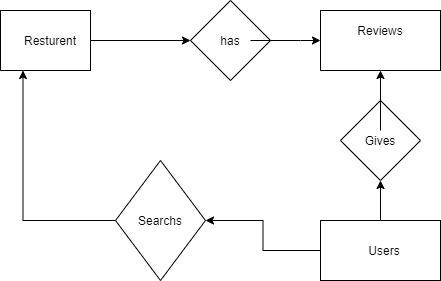
The draw.io diagram Resturent.png in gamingadi/Practice, before a commit. Source tidied: cells renumbered, new cells last; positions are measured from the earlier drawing's top-left corner, leaving out a move shared by most shapes.
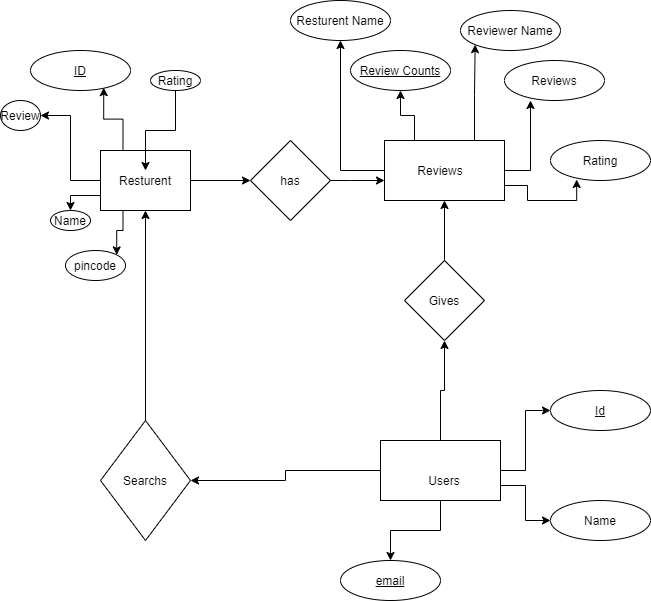
After the commit.

What changed in the source:
```diff
@@ -5,63 +5,145 @@
     <mxCell id="2" style="edgeStyle=orthogonalEdgeStyle;rounded=0;jettySize=auto;html=1;entryX=0;entryY=0.5;entryDx=0;entryDy=0;" parent="1" edge="1" source="3" target="5">
       <mxGeometry relative="1" as="geometry" />
     </mxCell>
+    <mxCell id="20" style="edgeStyle=orthogonalEdgeStyle;rounded=0;jettySize=auto;html=1;entryX=1;entryY=0.5;entryDx=0;entryDy=0;" parent="1" edge="1" source="3" target="34">
+      <mxGeometry relative="1" as="geometry" />
+    </mxCell>
+    <mxCell id="21" style="edgeStyle=orthogonalEdgeStyle;rounded=0;jettySize=auto;html=1;exitX=0.25;exitY=0;exitDx=0;exitDy=0;entryX=1;entryY=1;entryDx=0;entryDy=0;" parent="1" edge="1" source="3">
+      <mxGeometry relative="1" as="geometry">
+        <mxPoint x="43.2" y="-142.8" as="targetPoint" />
+      </mxGeometry>
+    </mxCell>
+    <mxCell id="22" style="edgeStyle=orthogonalEdgeStyle;rounded=0;jettySize=auto;html=1;exitX=0.25;exitY=1;exitDx=0;exitDy=0;entryX=1;entryY=0;entryDx=0;entryDy=0;" parent="1" edge="1" source="3" target="37">
+      <mxGeometry relative="1" as="geometry" />
+    </mxCell>
+    <mxCell id="23" style="edgeStyle=orthogonalEdgeStyle;rounded=0;jettySize=auto;html=1;exitX=0;exitY=0.75;exitDx=0;exitDy=0;entryX=0.5;entryY=0;entryDx=0;entryDy=0;" parent="1" edge="1" source="3" target="33">
+      <mxGeometry relative="1" as="geometry" />
+    </mxCell>
     <mxCell id="3" style="rounded=0;whiteSpace=wrap;html=1;" parent="1" vertex="1">
-      <mxGeometry y="10" width="90" height="60" as="geometry" />
+      <mxGeometry x="40" y="-80" width="90" height="60" as="geometry" />
     </mxCell>
     <mxCell id="4" value="Resturent" style="text;html=1;strokeColor=none;fillColor=none;align=center;verticalAlign=middle;whiteSpace=wrap;rounded=0;" parent="1" vertex="1">
-      <mxGeometry x="30" y="30" width="40" height="20" as="geometry" />
+      <mxGeometry x="65" y="-60" width="40" height="20" as="geometry" />
     </mxCell>
     <mxCell id="5" style="rhombus;whiteSpace=wrap;html=1;" parent="1" vertex="1">
-      <mxGeometry x="190" width="80" height="80" as="geometry" />
+      <mxGeometry x="190" y="-90" width="80" height="80" as="geometry" />
     </mxCell>
-    <mxCell id="6" style="edgeStyle=orthogonalEdgeStyle;rounded=0;jettySize=auto;html=1;" parent="1" edge="1" source="7" target="8">
+    <mxCell id="6" style="edgeStyle=orthogonalEdgeStyle;rounded=0;jettySize=auto;html=1;exitX=1;exitY=0.5;exitDx=0;exitDy=0;" parent="1" edge="1" source="5" target="8">
       <mxGeometry relative="1" as="geometry">
         <Array as="points">
-          <mxPoint x="300" y="40" />
-          <mxPoint x="300" y="40" />
+          <mxPoint x="290" y="-50" />
+          <mxPoint x="290" y="-50" />
         </Array>
       </mxGeometry>
     </mxCell>
     <mxCell id="7" value="has" style="text;html=1;strokeColor=none;fillColor=none;align=center;verticalAlign=middle;whiteSpace=wrap;rounded=0;" parent="1" vertex="1">
-      <mxGeometry x="210" y="30" width="40" height="20" as="geometry" />
+      <mxGeometry x="210" y="-60" width="40" height="20" as="geometry" />
     </mxCell>
+    <mxCell id="24" style="edgeStyle=orthogonalEdgeStyle;rounded=0;jettySize=auto;html=1;entryX=0.5;entryY=1;entryDx=0;entryDy=0;" parent="1" edge="1" source="8" target="38">
+      <mxGeometry relative="1" as="geometry">
+        <Array as="points">
+          <mxPoint x="280" y="-60" />
+        </Array>
+      </mxGeometry>
+    </mxCell>
+    <mxCell id="25" style="edgeStyle=orthogonalEdgeStyle;rounded=0;jettySize=auto;html=1;exitX=1;exitY=0.5;exitDx=0;exitDy=0;entryX=0.26;entryY=1;entryDx=0;entryDy=0;entryPerimeter=0;" parent="1" edge="1" source="8" target="40">
+      <mxGeometry relative="1" as="geometry" />
+    </mxCell>
+    <mxCell id="26" style="edgeStyle=orthogonalEdgeStyle;rounded=0;jettySize=auto;html=1;exitX=1;exitY=0.75;exitDx=0;exitDy=0;entryX=0.262;entryY=0.975;entryDx=0;entryDy=0;entryPerimeter=0;" parent="1" edge="1" source="8" target="41">
+      <mxGeometry relative="1" as="geometry" />
+    </mxCell>
+    <mxCell id="27" style="edgeStyle=orthogonalEdgeStyle;rounded=0;jettySize=auto;html=1;exitX=0.75;exitY=0;exitDx=0;exitDy=0;entryX=0;entryY=1;entryDx=0;entryDy=0;" parent="1" edge="1" source="8" target="39">
+      <mxGeometry relative="1" as="geometry" />
+    </mxCell>
+    <mxCell id="28" style="edgeStyle=orthogonalEdgeStyle;rounded=0;jettySize=auto;html=1;exitX=0.25;exitY=0;exitDx=0;exitDy=0;entryX=0.5;entryY=1;entryDx=0;entryDy=0;" parent="1" edge="1" source="8" target="42">
+      <mxGeometry relative="1" as="geometry" />
+    </mxCell>
     <mxCell id="8" style="rounded=0;whiteSpace=wrap;html=1;" parent="1" vertex="1">
-      <mxGeometry x="320" y="10" width="120" height="60" as="geometry" />
+      <mxGeometry x="324" y="-90" width="120" height="60" as="geometry" />
     </mxCell>
     <mxCell id="9" value="Reviews&lt;br&gt;" style="text;html=1;strokeColor=none;fillColor=none;align=center;verticalAlign=middle;whiteSpace=wrap;rounded=0;" parent="1" vertex="1">
-      <mxGeometry x="360" y="20" width="40" height="20" as="geometry" />
+      <mxGeometry x="360" y="-70" width="40" height="20" as="geometry" />
     </mxCell>
     <mxCell id="10" style="edgeStyle=orthogonalEdgeStyle;rounded=0;jettySize=auto;html=1;entryX=1;entryY=0.5;entryDx=0;entryDy=0;" parent="1" edge="1" source="12" target="18">
       <mxGeometry relative="1" as="geometry" />
     </mxCell>
-    <mxCell id="11" style="edgeStyle=orthogonalEdgeStyle;rounded=0;jettySize=auto;html=1;entryX=0.5;entryY=1;entryDx=0;entryDy=0;" parent="1" edge="1" source="12" target="14">
+    <mxCell id="11" style="edgeStyle=orthogonalEdgeStyle;rounded=0;jettySize=auto;html=1;" parent="1" edge="1" source="12" target="14">
       <mxGeometry relative="1" as="geometry" />
     </mxCell>
+    <mxCell id="29" style="edgeStyle=orthogonalEdgeStyle;rounded=0;jettySize=auto;html=1;exitX=1;exitY=0.5;exitDx=0;exitDy=0;entryX=0;entryY=0.5;entryDx=0;entryDy=0;" parent="1" edge="1" source="12" target="44">
+      <mxGeometry relative="1" as="geometry" />
+    </mxCell>
+    <mxCell id="30" style="edgeStyle=orthogonalEdgeStyle;rounded=0;jettySize=auto;html=1;exitX=1;exitY=0.75;exitDx=0;exitDy=0;entryX=0;entryY=0.5;entryDx=0;entryDy=0;" parent="1" edge="1" source="12" target="45">
+      <mxGeometry relative="1" as="geometry" />
+    </mxCell>
+    <mxCell id="31" style="edgeStyle=orthogonalEdgeStyle;rounded=0;jettySize=auto;html=1;entryX=0.5;entryY=0;entryDx=0;entryDy=0;" parent="1" edge="1" source="12" target="46">
+      <mxGeometry relative="1" as="geometry" />
+    </mxCell>
     <mxCell id="12" style="rounded=0;whiteSpace=wrap;html=1;" parent="1" vertex="1">
-      <mxGeometry x="320" y="220" width="120" height="60" as="geometry" />
+      <mxGeometry x="320" y="210" width="120" height="60" as="geometry" />
     </mxCell>
     <mxCell id="13" value="Users" style="text;html=1;strokeColor=none;fillColor=none;align=center;verticalAlign=middle;whiteSpace=wrap;rounded=0;" parent="1" vertex="1">
       <mxGeometry x="364" y="240" width="40" height="20" as="geometry" />
     </mxCell>
+    <mxCell id="32" style="edgeStyle=orthogonalEdgeStyle;rounded=0;jettySize=auto;html=1;entryX=0.5;entryY=1;entryDx=0;entryDy=0;" parent="1" edge="1" source="14" target="8">
+      <mxGeometry relative="1" as="geometry" />
+    </mxCell>
     <mxCell id="14" style="rhombus;whiteSpace=wrap;html=1;" parent="1" vertex="1">
-      <mxGeometry x="340" y="100" width="80" height="80" as="geometry" />
+      <mxGeometry x="344" y="30" width="80" height="80" as="geometry" />
     </mxCell>
-    <mxCell id="15" style="edgeStyle=orthogonalEdgeStyle;rounded=0;jettySize=auto;html=1;" parent="1" edge="1" source="16">
-      <mxGeometry relative="1" as="geometry">
-        <mxPoint x="380" y="70" as="targetPoint" />
-      </mxGeometry>
-    </mxCell>
     <mxCell id="16" value="Gives&lt;br&gt;" style="text;html=1;strokeColor=none;fillColor=none;align=center;verticalAlign=middle;whiteSpace=wrap;rounded=0;" parent="1" vertex="1">
-      <mxGeometry x="360" y="130" width="40" height="20" as="geometry" />
+      <mxGeometry x="364" y="60" width="40" height="20" as="geometry" />
     </mxCell>
-    <mxCell id="17" style="edgeStyle=orthogonalEdgeStyle;rounded=0;jettySize=auto;html=1;entryX=0.25;entryY=1;entryDx=0;entryDy=0;" parent="1" edge="1" source="18" target="3">
+    <mxCell id="17" style="edgeStyle=orthogonalEdgeStyle;rounded=0;jettySize=auto;html=1;entryX=0.5;entryY=1;entryDx=0;entryDy=0;" parent="1" edge="1" source="18" target="3">
       <mxGeometry relative="1" as="geometry" />
     </mxCell>
     <mxCell id="18" style="rhombus;whiteSpace=wrap;html=1;" parent="1" vertex="1">
-      <mxGeometry x="115" y="160" width="90" height="120" as="geometry" />
+      <mxGeometry x="40" y="190" width="90" height="120" as="geometry" />
     </mxCell>
     <mxCell id="19" value="Searchs&lt;br&gt;" style="text;html=1;strokeColor=none;fillColor=none;align=center;verticalAlign=middle;whiteSpace=wrap;rounded=0;" parent="1" vertex="1">
-      <mxGeometry x="140" y="210" width="40" height="20" as="geometry" />
+      <mxGeometry x="65" y="240" width="40" height="20" as="geometry" />
     </mxCell>
+    <mxCell id="33" value="Name" style="ellipse;whiteSpace=wrap;html=1;align=center;" parent="1" vertex="1">
+      <mxGeometry x="-10" y="-20" width="40" height="20" as="geometry" />
+    </mxCell>
+    <mxCell id="34" value="Review" style="ellipse;whiteSpace=wrap;html=1;align=center;" parent="1" vertex="1">
+      <mxGeometry x="-60" y="-130" width="40" height="30" as="geometry" />
+    </mxCell>
+    <mxCell id="35" style="edgeStyle=orthogonalEdgeStyle;rounded=0;jettySize=auto;html=1;" parent="1" edge="1" source="36" target="4">
+      <mxGeometry relative="1" as="geometry" />
+    </mxCell>
+    <mxCell id="36" value="Rating" style="ellipse;whiteSpace=wrap;html=1;align=center;" parent="1" vertex="1">
+      <mxGeometry x="90" y="-160" width="50" height="20" as="geometry" />
+    </mxCell>
+    <mxCell id="37" value="pincode" style="ellipse;whiteSpace=wrap;html=1;align=center;" parent="1" vertex="1">
+      <mxGeometry x="5" y="20" width="60" height="30" as="geometry" />
+    </mxCell>
+    <mxCell id="38" value="Resturent Name" style="ellipse;whiteSpace=wrap;html=1;align=center;" parent="1" vertex="1">
+      <mxGeometry x="230" y="-230" width="100" height="40" as="geometry" />
+    </mxCell>
+    <mxCell id="39" value="Reviewer Name" style="ellipse;whiteSpace=wrap;html=1;align=center;" parent="1" vertex="1">
+      <mxGeometry x="400" y="-220" width="100" height="40" as="geometry" />
+    </mxCell>
+    <mxCell id="40" value="Reviews" style="ellipse;whiteSpace=wrap;html=1;align=center;" parent="1" vertex="1">
+      <mxGeometry x="444" y="-170" width="100" height="40" as="geometry" />
+    </mxCell>
+    <mxCell id="41" value="Rating" style="ellipse;whiteSpace=wrap;html=1;align=center;" parent="1" vertex="1">
+      <mxGeometry x="490" y="-90" width="100" height="40" as="geometry" />
+    </mxCell>
+    <mxCell id="42" value="Review Counts" style="ellipse;whiteSpace=wrap;html=1;align=center;fontStyle=4;" parent="1" vertex="1">
+      <mxGeometry x="290" y="-180" width="100" height="40" as="geometry" />
+    </mxCell>
+    <mxCell id="43" value="ID" style="ellipse;whiteSpace=wrap;html=1;align=center;fontStyle=4;" parent="1" vertex="1">
+      <mxGeometry x="-30" y="-180" width="100" height="40" as="geometry" />
+    </mxCell>
+    <mxCell id="44" value="Id" style="ellipse;whiteSpace=wrap;html=1;align=center;fontStyle=4;" parent="1" vertex="1">
+      <mxGeometry x="490" y="160" width="100" height="40" as="geometry" />
+    </mxCell>
+    <mxCell id="45" value="Name" style="ellipse;whiteSpace=wrap;html=1;align=center;" parent="1" vertex="1">
+      <mxGeometry x="490" y="270" width="100" height="40" as="geometry" />
+    </mxCell>
+    <mxCell id="46" value="email" style="ellipse;whiteSpace=wrap;html=1;align=center;fontStyle=4;" parent="1" vertex="1">
+      <mxGeometry x="280" y="330" width="100" height="40" as="geometry" />
+    </mxCell>
   </root>
 </mxGraphModel>
```
